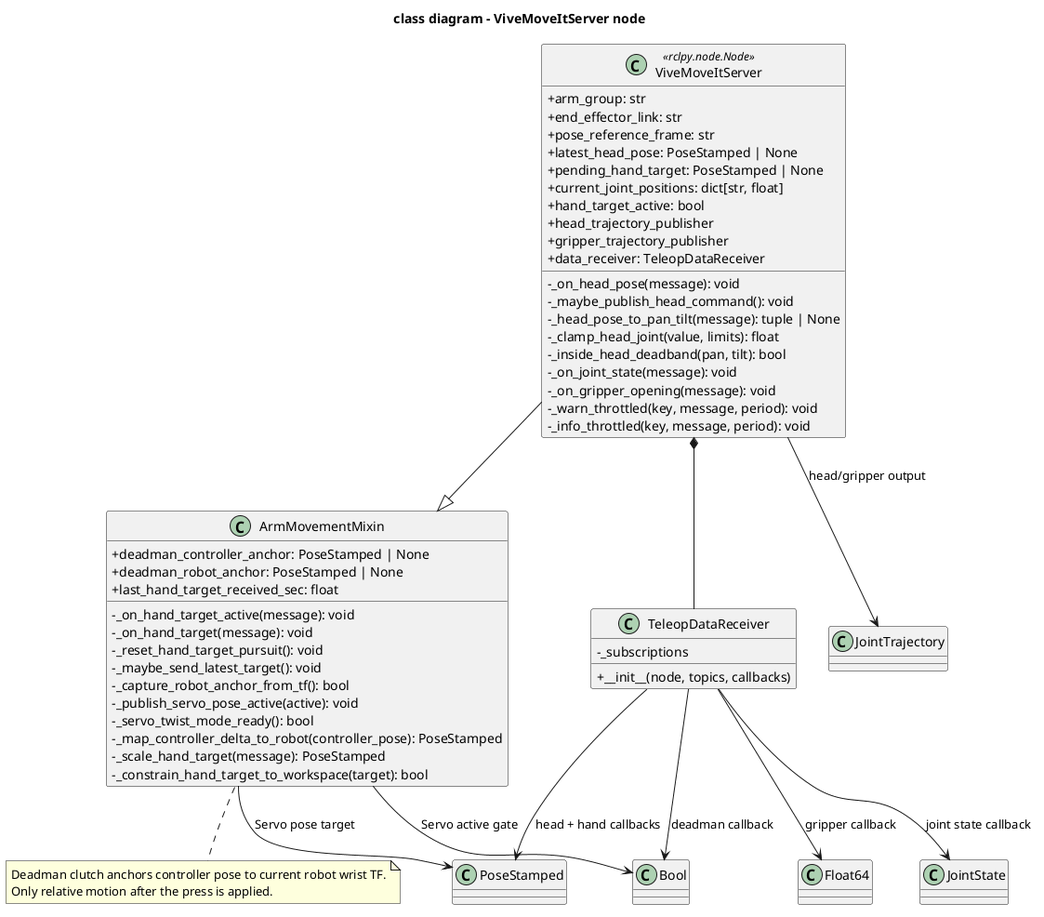
This is docs/architecture/class/moveit_server/vive-moveit-server-node.png from ichores-research/vive_teleop, a PlantUML export, as it was before one commit. Its diagram source:
```plantuml
@startuml
title class diagram - ViveMoveItServer node

skinparam classAttributeIconSize 0
skinparam shadowing false
skinparam defaultFontName Monospace

class ViveMoveItServer <<rclpy.node.Node>> {
  +arm_group: str
  +end_effector_link: str
  +pose_reference_frame: str
  +latest_head_pose: PoseStamped | None
  +pending_hand_target: PoseStamped | None
  +current_joint_positions: dict[str, float]
  +hand_target_active: bool
  +head_trajectory_publisher
  +gripper_trajectory_publisher
  +data_receiver: TeleopDataReceiver
  -_on_head_pose(message): void
  -_maybe_publish_head_command(): void
  -_head_pose_to_pan_tilt(message): tuple | None
  -_clamp_head_joint(value, limits): float
  -_inside_head_deadband(pan, tilt): bool
  -_on_joint_state(message): void
  -_on_gripper_opening(message): void
  -_warn_throttled(key, message, period): void
  -_info_throttled(key, message, period): void
}

class ArmMovementMixin {
  +deadman_controller_anchor: PoseStamped | None
  +deadman_robot_anchor: PoseStamped | None
  +last_hand_target_received_sec: float
  -_on_hand_target_active(message): void
  -_on_hand_target(message): void
  -_reset_hand_target_pursuit(): void
  -_maybe_send_latest_target(): void
  -_capture_robot_anchor_from_tf(): bool
  -_publish_servo_pose_active(active): void
  -_servo_twist_mode_ready(): bool
  -_map_controller_delta_to_robot(controller_pose): PoseStamped
  -_scale_hand_target(message): PoseStamped
  -_constrain_hand_target_to_workspace(target): bool
}

class TeleopDataReceiver {
  -_subscriptions
  +__init__(node, topics, callbacks)
}

class PoseStamped
class JointState
class JointTrajectory
class Bool
class Float64

ViveMoveItServer --|> ArmMovementMixin
ViveMoveItServer *-- TeleopDataReceiver
TeleopDataReceiver --> PoseStamped : head + hand callbacks
TeleopDataReceiver --> Bool : deadman callback
TeleopDataReceiver --> Float64 : gripper callback
TeleopDataReceiver --> JointState : joint state callback
ViveMoveItServer --> JointTrajectory : head/gripper output
ArmMovementMixin --> PoseStamped : Servo pose target
ArmMovementMixin --> Bool : Servo active gate

note bottom of ArmMovementMixin
  Deadman clutch anchors controller pose to current robot wrist TF.
  Only relative motion after the press is applied.
end note

@enduml
```
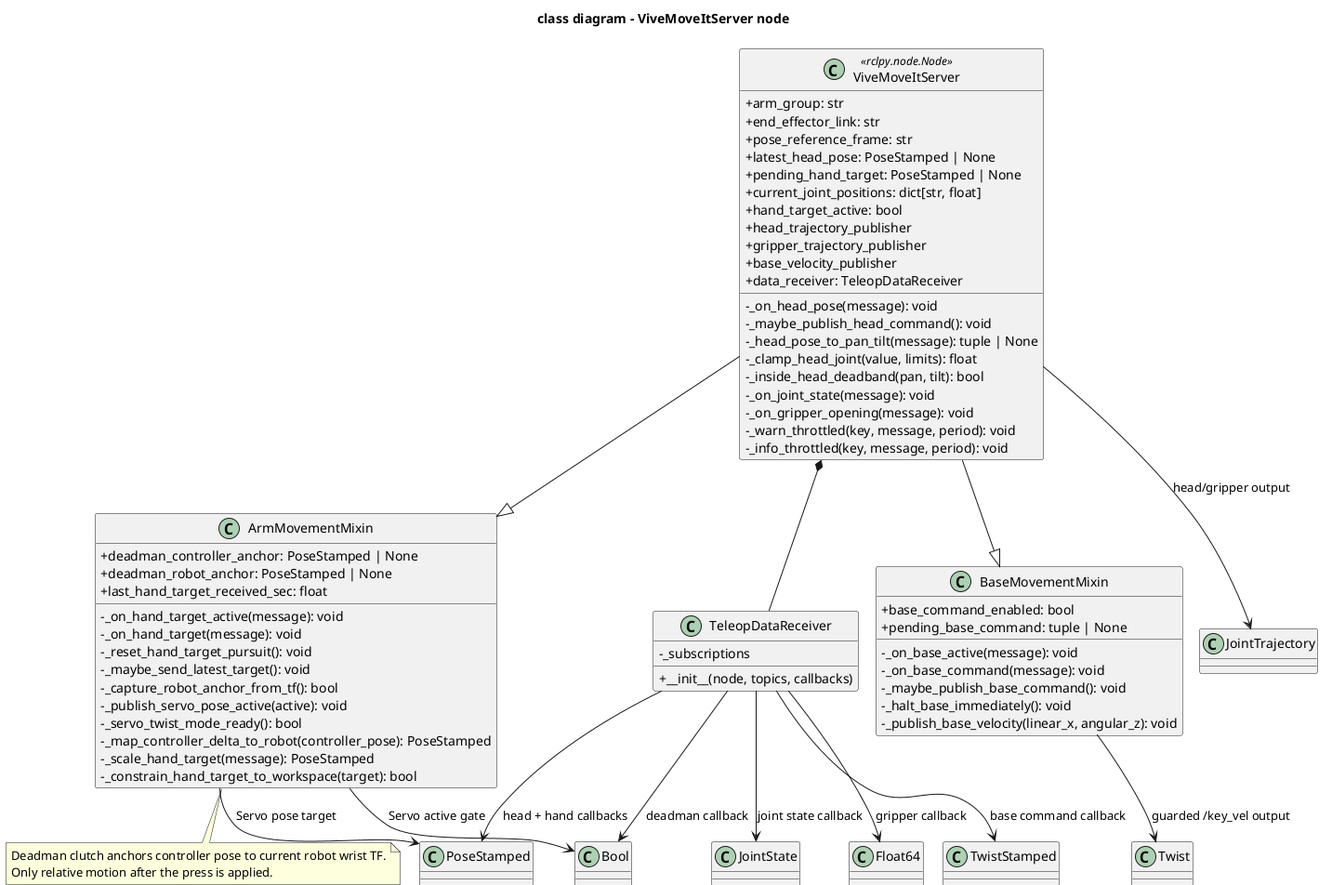
The same diagram one commit later.

Diff of the diagram source:
```diff
@@ -1,4 +1,5 @@
 @startuml
+!pragma layout smetana
 title class diagram - ViveMoveItServer node
 
 skinparam classAttributeIconSize 0
@@ -15,6 +16,7 @@
   +hand_target_active: bool
   +head_trajectory_publisher
   +gripper_trajectory_publisher
+  +base_velocity_publisher
   +data_receiver: TeleopDataReceiver
   -_on_head_pose(message): void
   -_maybe_publish_head_command(): void
@@ -48,19 +50,34 @@
   +__init__(node, topics, callbacks)
 }
 
+class BaseMovementMixin {
+  +base_command_enabled: bool
+  +pending_base_command: tuple | None
+  -_on_base_active(message): void
+  -_on_base_command(message): void
+  -_maybe_publish_base_command(): void
+  -_halt_base_immediately(): void
+  -_publish_base_velocity(linear_x, angular_z): void
+}
+
 class PoseStamped
 class JointState
 class JointTrajectory
 class Bool
 class Float64
+class Twist
+class TwistStamped
 
 ViveMoveItServer --|> ArmMovementMixin
+ViveMoveItServer --|> BaseMovementMixin
 ViveMoveItServer *-- TeleopDataReceiver
 TeleopDataReceiver --> PoseStamped : head + hand callbacks
 TeleopDataReceiver --> Bool : deadman callback
 TeleopDataReceiver --> Float64 : gripper callback
 TeleopDataReceiver --> JointState : joint state callback
+TeleopDataReceiver --> TwistStamped : base command callback
 ViveMoveItServer --> JointTrajectory : head/gripper output
+BaseMovementMixin --> Twist : guarded /key_vel output
 ArmMovementMixin --> PoseStamped : Servo pose target
 ArmMovementMixin --> Bool : Servo active gate
 
```
